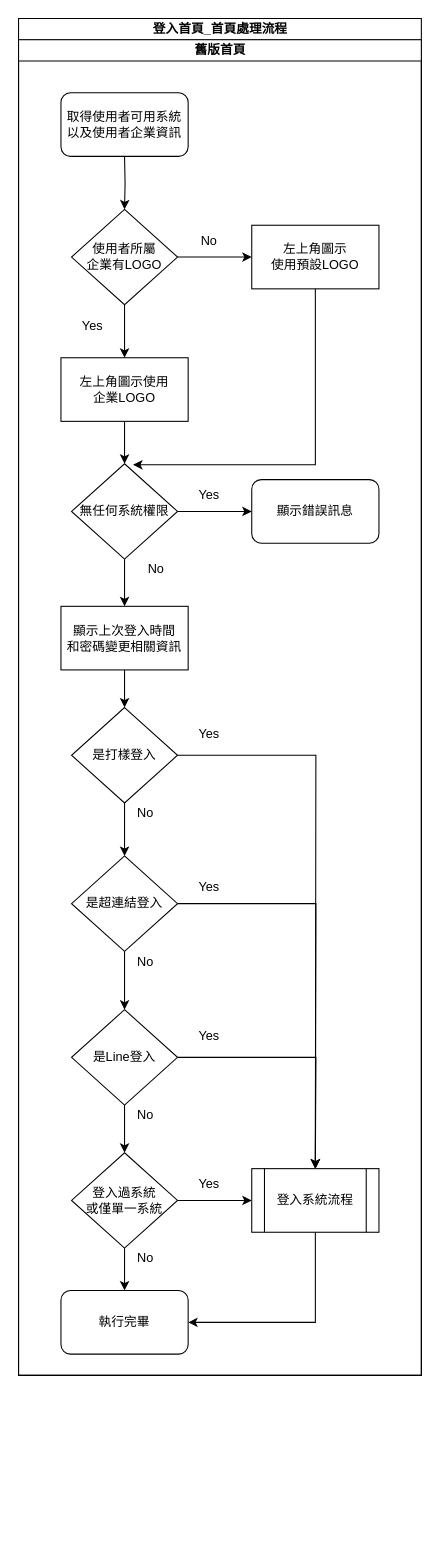
Earlier version of the draw.io diagram page "登入首頁_首頁處理流程" (1 of 3) of 8.10.0/UPDATE/ITEM_10/RTE/diagram/舊版首頁.drawio (ArcareRD/sadocs). Source tidied: cells renumbered, new cells numbered last; positions are measured from the earlier drawing's top-left corner, leaving out a move shared by most shapes. Both pictures are drawn from the tidied source at 106%, with x=0, y=0 at pixel (18, 18).
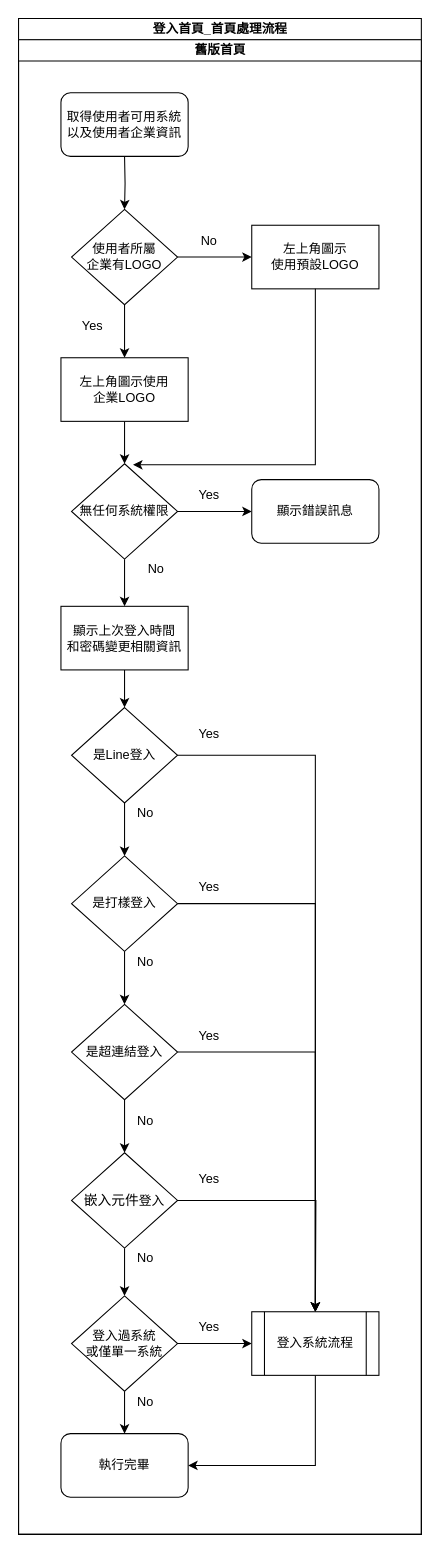
The same diagram, later.

Diff of the diagram source:
```diff
@@
     <mxCell id="2" value="登入首頁_首頁處理流程" style="swimlane;html=1;startSize=20;" parent="1" vertex="1">
-      <mxGeometry width="380" height="1280" as="geometry" />
+      <mxGeometry width="380" height="1430" as="geometry" />
     </mxCell>
     <mxCell id="3" value="舊版首頁" style="swimlane;html=1;startSize=20;" parent="2" vertex="1">
-      <mxGeometry y="20" width="380" height="1260" as="geometry" />
+      <mxGeometry y="20" width="380" height="1410" as="geometry" />
     </mxCell>
@@
-    <mxCell id="6" style="edgeStyle=orthogonalEdgeStyle;rounded=0;jettySize=auto;html=1;" parent="3" edge="1" source="8" target="23">
-      <mxGeometry relative="1" as="geometry" />
-    </mxCell>
-    <mxCell id="7" style="edgeStyle=orthogonalEdgeStyle;rounded=0;jettySize=auto;html=1;" parent="3" edge="1" source="8">
-      <mxGeometry relative="1" as="geometry">
-        <mxPoint x="280" y="1065" as="targetPoint" />
-      </mxGeometry>
-    </mxCell>
-    <mxCell id="8" value="是Line登入" style="rhombus;whiteSpace=wrap;html=1;" parent="3" vertex="1">
-      <mxGeometry x="50" y="915" width="100" height="90" as="geometry" />
-    </mxCell>
-    <mxCell id="9" style="edgeStyle=orthogonalEdgeStyle;rounded=0;jettySize=auto;html=1;" parent="3" edge="1" source="10">
-      <mxGeometry relative="1" as="geometry">
-        <mxPoint x="280" y="1065" as="targetPoint" />
-      </mxGeometry>
+    <mxCell id="9" style="edgeStyle=orthogonalEdgeStyle;rounded=0;jettySize=auto;html=1;" parent="3" edge="1" source="10" target="38">
+      <mxGeometry relative="1" as="geometry" />
     </mxCell>
+    <mxCell id="46" style="edgeStyle=orthogonalEdgeStyle;rounded=0;jettySize=auto;html=1;" parent="3" edge="1" source="10" target="49">
+      <mxGeometry relative="1" as="geometry" />
+    </mxCell>
-    <mxCell id="10" value="是超連結登入" style="rhombus;whiteSpace=wrap;html=1;" parent="3" vertex="1">
+    <mxCell id="10" value="是打樣登入" style="rhombus;whiteSpace=wrap;html=1;" parent="3" vertex="1">
       <mxGeometry x="50" y="770" width="100" height="90" as="geometry" />
     </mxCell>
@@
-    <mxCell id="19" style="edgeStyle=orthogonalEdgeStyle;rounded=0;jettySize=auto;html=1;" parent="3" edge="1" source="20">
-      <mxGeometry relative="1" as="geometry">
-        <mxPoint x="280" y="1065" as="targetPoint" />
-      </mxGeometry>
+    <mxCell id="19" style="edgeStyle=orthogonalEdgeStyle;rounded=0;jettySize=auto;html=1;" parent="3" edge="1" source="20" target="38">
+      <mxGeometry relative="1" as="geometry" />
     </mxCell>
-    <mxCell id="20" value="是打樣登入" style="rhombus;whiteSpace=wrap;html=1;" parent="3" vertex="1">
+    <mxCell id="20" value="是Line登入" style="rhombus;whiteSpace=wrap;html=1;" parent="3" vertex="1">
       <mxGeometry x="50" y="630" width="100" height="90" as="geometry" />
     </mxCell>
+    <mxCell id="6" style="edgeStyle=orthogonalEdgeStyle;rounded=0;jettySize=auto;html=1;" parent="3" edge="1" source="8" target="23">
+      <mxGeometry relative="1" as="geometry" />
+    </mxCell>
+    <mxCell id="7" style="edgeStyle=orthogonalEdgeStyle;rounded=0;jettySize=auto;html=1;" parent="3" edge="1" source="8">
+      <mxGeometry relative="1" as="geometry">
+        <mxPoint x="280" y="1200" as="targetPoint" />
+      </mxGeometry>
+    </mxCell>
+    <mxCell id="8" value="&lt;span style=&quot;font-family: &amp;#34;verdana&amp;#34; , &amp;#34;arial&amp;#34; , &amp;#34;bitstream vera sans&amp;#34; , &amp;#34;helvetica&amp;#34; , sans-serif ; font-size: 13px ; text-align: left ; background-color: rgb(255 , 255 , 255)&quot;&gt;嵌入元件&lt;/span&gt;&lt;span&gt;登入&lt;/span&gt;" style="rhombus;whiteSpace=wrap;html=1;" parent="3" vertex="1">
+      <mxGeometry x="50" y="1050" width="100" height="90" as="geometry" />
+    </mxCell>
     <mxCell id="21" style="edgeStyle=orthogonalEdgeStyle;rounded=0;jettySize=auto;html=1;" parent="3" edge="1" source="23">
       <mxGeometry relative="1" as="geometry">
-        <mxPoint x="220" y="1095" as="targetPoint" />
+        <mxPoint x="220" y="1230" as="targetPoint" />
       </mxGeometry>
     </mxCell>
@@
     <mxCell id="23" value="登入過系統&lt;br&gt;或僅單一系統" style="rhombus;whiteSpace=wrap;html=1;" parent="3" vertex="1">
-      <mxGeometry x="50" y="1050" width="100" height="90" as="geometry" />
+      <mxGeometry x="50" y="1185" width="100" height="90" as="geometry" />
     </mxCell>
     <mxCell id="24" value="執行完畢" style="rounded=1;whiteSpace=wrap;html=1;" parent="3" vertex="1">
-      <mxGeometry x="40" y="1180" width="120" height="60" as="geometry" />
+      <mxGeometry x="40" y="1315" width="120" height="60" as="geometry" />
     </mxCell>
+    <mxCell id="37" style="edgeStyle=orthogonalEdgeStyle;rounded=0;jettySize=auto;html=1;entryX=1;entryY=0.5;entryDx=0;entryDy=0;exitX=0.5;exitY=1;exitDx=0;exitDy=0;" parent="3" edge="1" source="38" target="24">
+      <mxGeometry relative="1" as="geometry" />
+    </mxCell>
+    <mxCell id="47" style="edgeStyle=orthogonalEdgeStyle;rounded=0;jettySize=auto;html=1;" parent="3" edge="1" source="49" target="8">
+      <mxGeometry relative="1" as="geometry" />
+    </mxCell>
+    <mxCell id="48" style="edgeStyle=orthogonalEdgeStyle;rounded=0;jettySize=auto;html=1;" parent="3" edge="1" source="49" target="38">
+      <mxGeometry relative="1" as="geometry" />
+    </mxCell>
+    <mxCell id="49" value="是超連結登入" style="rhombus;whiteSpace=wrap;html=1;" parent="3" vertex="1">
+      <mxGeometry x="50" y="910" width="100" height="90" as="geometry" />
+    </mxCell>
+    <mxCell id="27" value="No" style="text;html=1;strokeColor=none;fillColor=none;align=center;verticalAlign=middle;whiteSpace=wrap;rounded=0;" parent="3" vertex="1">
+      <mxGeometry x="100" y="860" width="40" height="20" as="geometry" />
+    </mxCell>
+    <mxCell id="50" value="No" style="text;html=1;strokeColor=none;fillColor=none;align=center;verticalAlign=middle;whiteSpace=wrap;rounded=0;" parent="3" vertex="1">
+      <mxGeometry x="100" y="1010" width="40" height="20" as="geometry" />
+    </mxCell>
+    <mxCell id="51" value="Yes" style="text;html=1;strokeColor=none;fillColor=none;align=center;verticalAlign=middle;whiteSpace=wrap;rounded=0;" parent="3" vertex="1">
+      <mxGeometry x="160" y="930" width="40" height="20" as="geometry" />
+    </mxCell>
+    <mxCell id="38" value="登入系統流程" style="shape=process;whiteSpace=wrap;html=1;backgroundOutline=1;" parent="3" vertex="1">
+      <mxGeometry x="220" y="1200" width="120" height="60" as="geometry" />
+    </mxCell>
+    <mxCell id="32" value="Yes" style="text;html=1;strokeColor=none;fillColor=none;align=center;verticalAlign=middle;whiteSpace=wrap;rounded=0;" parent="3" vertex="1">
+      <mxGeometry x="160" y="1065" width="40" height="20" as="geometry" />
+    </mxCell>
+    <mxCell id="31" value="Yes" style="text;html=1;strokeColor=none;fillColor=none;align=center;verticalAlign=middle;whiteSpace=wrap;rounded=0;" parent="3" vertex="1">
+      <mxGeometry x="160" y="1205" width="40" height="20" as="geometry" />
+    </mxCell>
+    <mxCell id="29" value="No" style="text;html=1;strokeColor=none;fillColor=none;align=center;verticalAlign=middle;whiteSpace=wrap;rounded=0;" parent="3" vertex="1">
+      <mxGeometry x="100" y="1275" width="40" height="20" as="geometry" />
+    </mxCell>
     <mxCell id="25" value="No" style="text;html=1;strokeColor=none;fillColor=none;align=center;verticalAlign=middle;whiteSpace=wrap;rounded=0;" parent="3" vertex="1">
-      <mxGeometry x="100" y="1005" width="40" height="20" as="geometry" />
+      <mxGeometry x="100" y="1140" width="40" height="20" as="geometry" />
     </mxCell>
@@
-    <mxCell id="27" value="No" style="text;html=1;strokeColor=none;fillColor=none;align=center;verticalAlign=middle;whiteSpace=wrap;rounded=0;" parent="3" vertex="1">
-      <mxGeometry x="100" y="860" width="40" height="20" as="geometry" />
-    </mxCell>
@@
-    <mxCell id="29" value="No" style="text;html=1;strokeColor=none;fillColor=none;align=center;verticalAlign=middle;whiteSpace=wrap;rounded=0;" parent="3" vertex="1">
-      <mxGeometry x="100" y="1140" width="40" height="20" as="geometry" />
-    </mxCell>
@@
-    <mxCell id="31" value="Yes" style="text;html=1;strokeColor=none;fillColor=none;align=center;verticalAlign=middle;whiteSpace=wrap;rounded=0;" parent="3" vertex="1">
-      <mxGeometry x="160" y="1070" width="40" height="20" as="geometry" />
-    </mxCell>
-    <mxCell id="32" value="Yes" style="text;html=1;strokeColor=none;fillColor=none;align=center;verticalAlign=middle;whiteSpace=wrap;rounded=0;" parent="3" vertex="1">
-      <mxGeometry x="160" y="930" width="40" height="20" as="geometry" />
-    </mxCell>
@@
-    <mxCell id="37" style="edgeStyle=orthogonalEdgeStyle;rounded=0;jettySize=auto;html=1;entryX=1;entryY=0.5;entryDx=0;entryDy=0;exitX=0.5;exitY=1;exitDx=0;exitDy=0;" parent="3" edge="1" source="38" target="24">
-      <mxGeometry relative="1" as="geometry" />
-    </mxCell>
-    <mxCell id="38" value="登入系統流程" style="shape=process;whiteSpace=wrap;html=1;backgroundOutline=1;" parent="3" vertex="1">
-      <mxGeometry x="220" y="1065" width="120" height="60" as="geometry" />
-    </mxCell>
@@
-    <mxCell id="45" style="edgeStyle=orthogonalEdgeStyle;rounded=0;jettySize=auto;html=1;" parent="3" edge="1" source="10" target="8">
-      <mxGeometry relative="1" as="geometry" />
-    </mxCell>
```
